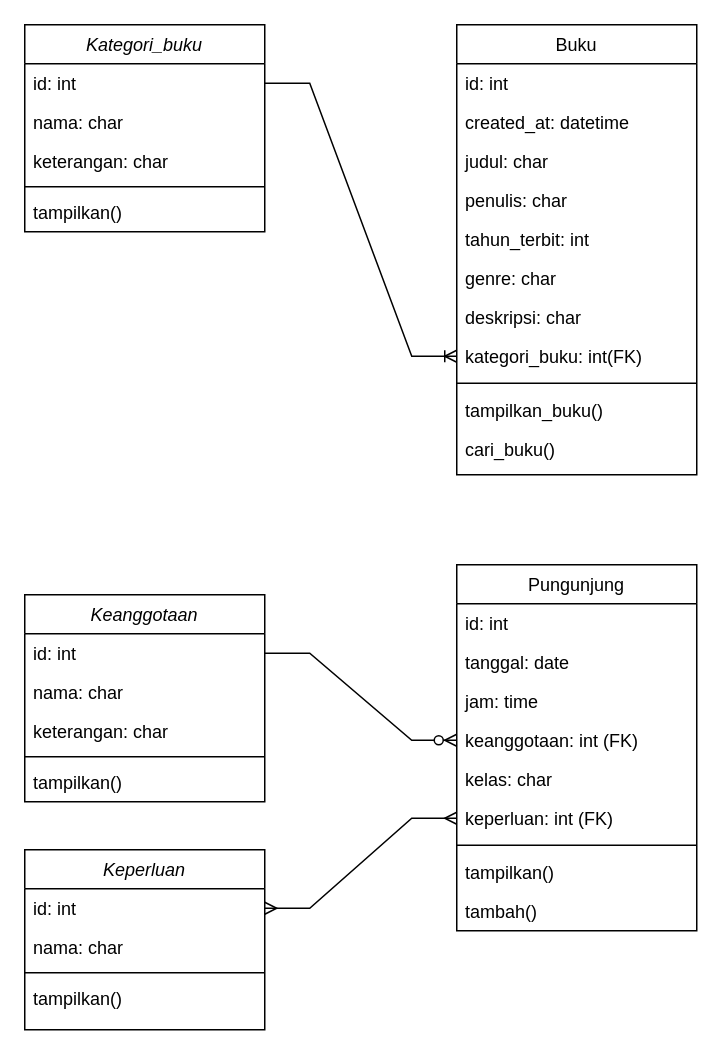
Above: class-diagram-perpusdigital.drawio in reezyee/perpusDigital (draw.io), before the change. Source tidied: cells renumbered, new cells numbered last; positions are measured from the earlier drawing's top-left corner, leaving out a move shared by most shapes. Both pictures are drawn from the tidied source at 150%, with x=0, y=0 at pixel (24, 24).
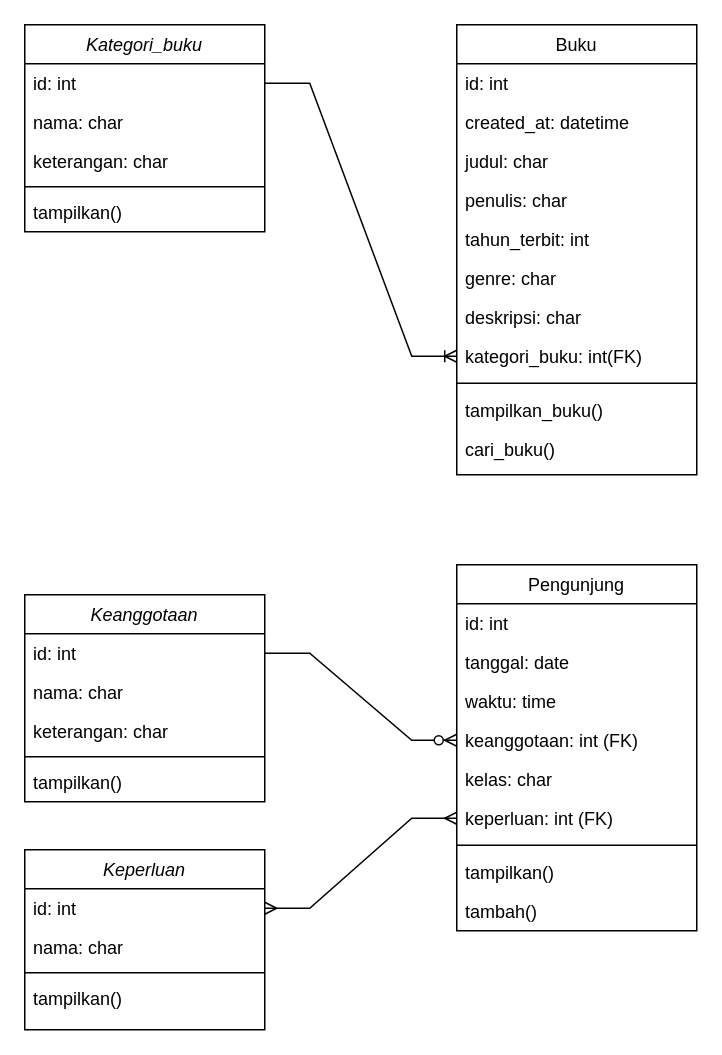
Above is the later version.

What changed in the source:
```diff
@@
-    <mxCell id="21" value="Pungunjung" style="swimlane;fontStyle=0;align=center;verticalAlign=top;horizontal=1;startSize=26;rounded=0;shadow=0;strokeWidth=1;" parent="1" vertex="1">
+    <mxCell id="21" value="Pengunjung" style="swimlane;fontStyle=0;align=center;verticalAlign=top;horizontal=1;startSize=26;rounded=0;shadow=0;strokeWidth=1;" parent="1" vertex="1">
       <mxGeometry x="288" y="360" width="160" height="244" as="geometry" />
     </mxCell>
@@
-    <mxCell id="24" value="jam: time" style="text;align=left;verticalAlign=top;spacingLeft=4;spacingRight=4;overflow=hidden;rounded=0;shadow=0;html=0;" parent="21" vertex="1">
+    <mxCell id="24" value="waktu: time" style="text;align=left;verticalAlign=top;spacingLeft=4;spacingRight=4;overflow=hidden;rounded=0;shadow=0;html=0;" parent="21" vertex="1">
       <mxGeometry y="78" width="160" height="26" as="geometry" />
     </mxCell>
```
